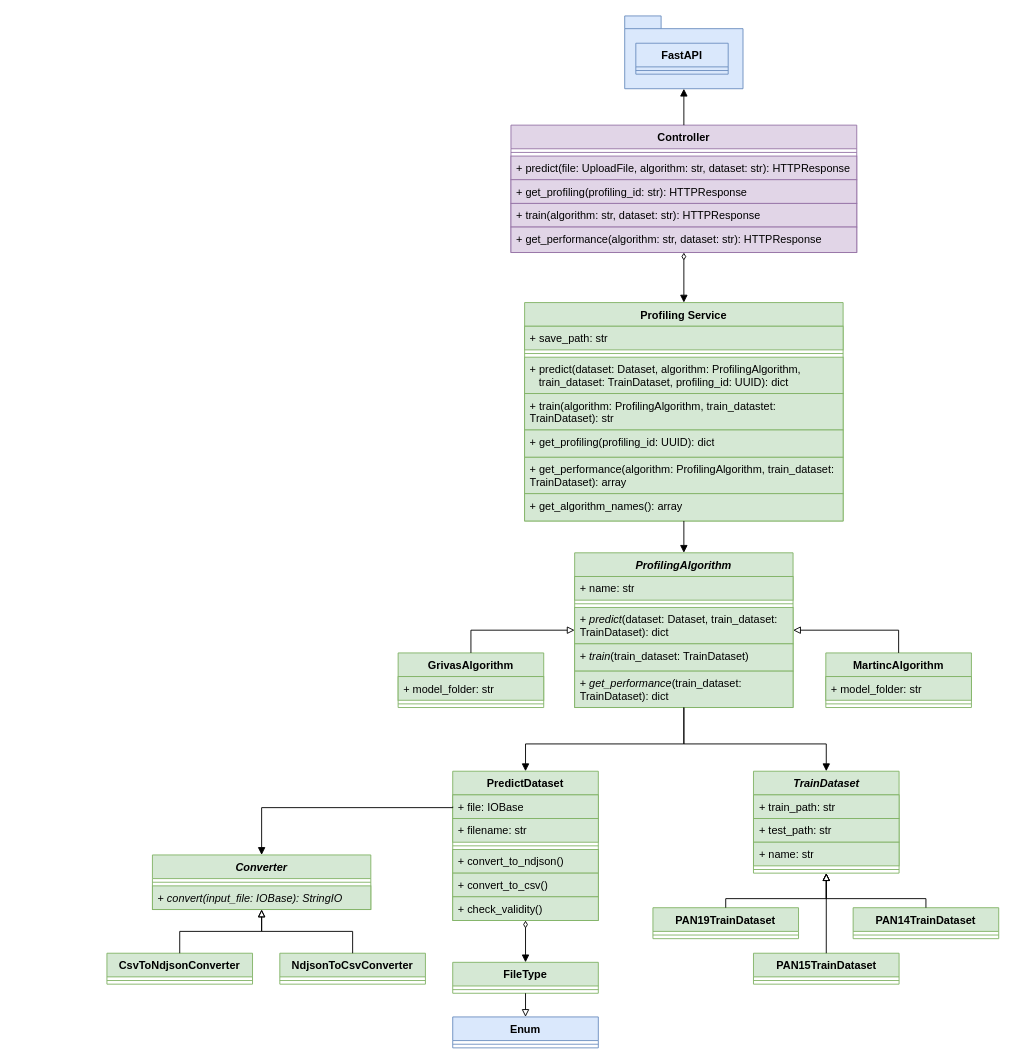
Before: memoria/diagramas/clases.drawio in daavidrgz/ai-profiler, a draw.io diagram. Source tidied: cells renumbered, new cells numbered last; positions are measured from the earlier drawing's top-left corner, leaving out a move shared by most shapes. Both pictures are drawn from the tidied source at 91%, with x=0, y=0 at pixel (106, 15).
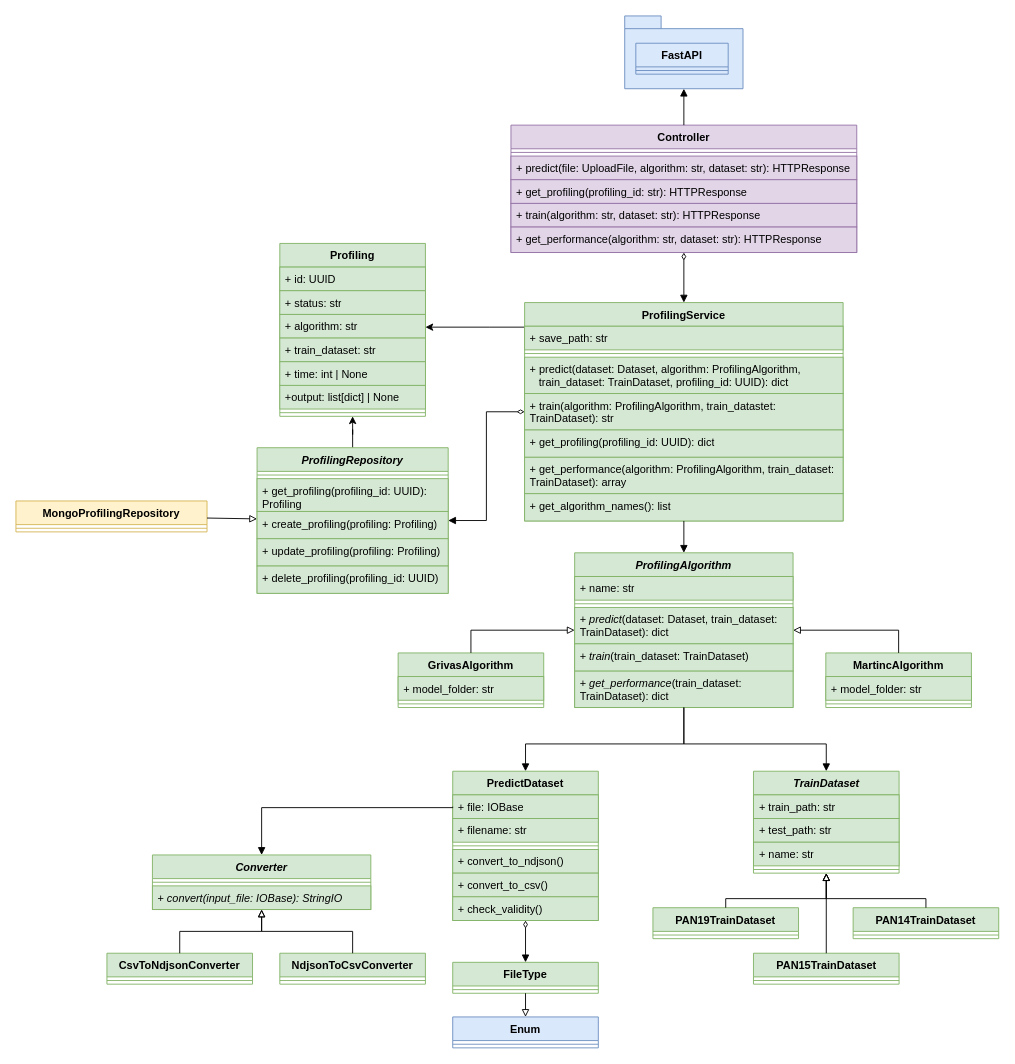
After the change.

Change to the diagram source:
```diff
@@
+    <mxCell id="75" style="edgeStyle=orthogonalEdgeStyle;rounded=0;jettySize=auto;html=1;" parent="1" edge="1" source="8" target="83">
+      <mxGeometry relative="1" as="geometry">
+        <Array as="points">
+          <mxPoint x="420" y="342" />
+          <mxPoint x="420" y="342" />
+        </Array>
+      </mxGeometry>
+    </mxCell>
-    <mxCell id="8" value="Profiling Service" style="swimlane;fontStyle=1;align=center;verticalAlign=top;horizontal=1;startSize=26;whiteSpace=wrap;html=1;fillColor=#d5e8d4;strokeColor=#82b366;" parent="1" vertex="1">
+    <mxCell id="8" value="ProfilingService" style="swimlane;fontStyle=1;align=center;verticalAlign=top;horizontal=1;startSize=26;whiteSpace=wrap;html=1;fillColor=#d5e8d4;strokeColor=#82b366;" parent="1" vertex="1">
       <mxGeometry x="459" y="315" width="350" height="240" as="geometry" />
     </mxCell>
@@
-    <mxCell id="15" value="+ get_algorithm_names(): array " style="text;strokeColor=#82b366;fillColor=#d5e8d4;align=left;verticalAlign=top;spacingLeft=4;spacingRight=4;overflow=hidden;points=[[0,0.5],[1,0.5]];portConstraint=eastwest;whiteSpace=wrap;html=1;" parent="8" vertex="1">
+    <mxCell id="15" value="+ get_algorithm_names(): list " style="text;strokeColor=#82b366;fillColor=#d5e8d4;align=left;verticalAlign=top;spacingLeft=4;spacingRight=4;overflow=hidden;points=[[0,0.5],[1,0.5]];portConstraint=eastwest;whiteSpace=wrap;html=1;" parent="8" vertex="1">
       <mxGeometry y="210" width="350" height="30" as="geometry" />
     </mxCell>
@@
+    <mxCell id="76" style="edgeStyle=orthogonalEdgeStyle;rounded=0;jettySize=auto;html=1;" parent="1" edge="1" source="77" target="83">
+      <mxGeometry relative="1" as="geometry" />
+    </mxCell>
+    <mxCell id="77" value="&lt;i&gt;ProfilingRepository&lt;/i&gt;" style="swimlane;fontStyle=1;align=center;verticalAlign=top;horizontal=1;startSize=26;whiteSpace=wrap;html=1;fillColor=#d5e8d4;strokeColor=#82b366;" parent="1" vertex="1">
+      <mxGeometry x="165" y="474.5" width="210" height="160" as="geometry" />
+    </mxCell>
+    <mxCell id="78" style="line;strokeWidth=1;fillColor=none;align=left;verticalAlign=middle;spacingTop=-1;spacingLeft=3;spacingRight=3;labelPosition=right;strokeColor=inherit;" parent="77" vertex="1">
+      <mxGeometry y="26" width="210" height="8" as="geometry" />
+    </mxCell>
+    <mxCell id="79" value="+ get_profiling(profiling_id: UUID): Profiling" style="text;strokeColor=#82b366;fillColor=#d5e8d4;align=left;verticalAlign=top;spacingLeft=4;spacingRight=4;overflow=hidden;whiteSpace=wrap;html=1;" parent="77" vertex="1">
+      <mxGeometry y="34" width="210" height="36" as="geometry" />
+    </mxCell>
+    <mxCell id="80" value="+ create_profiling(profiling: Profiling)" style="text;strokeColor=#82b366;fillColor=#d5e8d4;align=left;verticalAlign=top;spacingLeft=4;spacingRight=4;overflow=hidden;whiteSpace=wrap;html=1;" parent="77" vertex="1">
+      <mxGeometry y="70" width="210" height="30" as="geometry" />
+    </mxCell>
+    <mxCell id="81" value="+ update_profiling(profiling: Profiling)" style="text;strokeColor=#82b366;fillColor=#d5e8d4;align=left;verticalAlign=top;spacingLeft=4;spacingRight=4;overflow=hidden;whiteSpace=wrap;html=1;" parent="77" vertex="1">
+      <mxGeometry y="100" width="210" height="30" as="geometry" />
+    </mxCell>
+    <mxCell id="82" value="+ delete_profiling(profiling_id: UUID)" style="text;strokeColor=#82b366;fillColor=#d5e8d4;align=left;verticalAlign=top;spacingLeft=4;spacingRight=4;overflow=hidden;whiteSpace=wrap;html=1;" parent="77" vertex="1">
+      <mxGeometry y="130" width="210" height="30" as="geometry" />
+    </mxCell>
+    <mxCell id="83" value="Profiling" style="swimlane;fontStyle=1;align=center;verticalAlign=top;horizontal=1;startSize=26;whiteSpace=wrap;html=1;fillColor=#d5e8d4;strokeColor=#82b366;" parent="1" vertex="1">
+      <mxGeometry x="190" y="250" width="160" height="190" as="geometry" />
+    </mxCell>
+    <mxCell id="84" value="+ id: UUID" style="text;strokeColor=#82b366;fillColor=#d5e8d4;align=left;verticalAlign=top;spacingLeft=4;spacingRight=4;overflow=hidden;whiteSpace=wrap;html=1;" parent="83" vertex="1">
+      <mxGeometry y="26" width="160" height="26" as="geometry" />
+    </mxCell>
+    <mxCell id="85" value="+ status: str" style="text;strokeColor=#82b366;fillColor=#d5e8d4;align=left;verticalAlign=top;spacingLeft=4;spacingRight=4;overflow=hidden;whiteSpace=wrap;html=1;" parent="83" vertex="1">
+      <mxGeometry y="52" width="160" height="26" as="geometry" />
+    </mxCell>
+    <mxCell id="86" value="+ algorithm: str" style="text;strokeColor=#82b366;fillColor=#d5e8d4;align=left;verticalAlign=top;spacingLeft=4;spacingRight=4;overflow=hidden;whiteSpace=wrap;html=1;" parent="83" vertex="1">
+      <mxGeometry y="78" width="160" height="26" as="geometry" />
+    </mxCell>
+    <mxCell id="87" value="+ train_dataset: str" style="text;strokeColor=#82b366;fillColor=#d5e8d4;align=left;verticalAlign=top;spacingLeft=4;spacingRight=4;overflow=hidden;whiteSpace=wrap;html=1;" parent="83" vertex="1">
+      <mxGeometry y="104" width="160" height="26" as="geometry" />
+    </mxCell>
+    <mxCell id="88" value="+ time: int | None" style="text;strokeColor=#82b366;fillColor=#d5e8d4;align=left;verticalAlign=top;spacingLeft=4;spacingRight=4;overflow=hidden;whiteSpace=wrap;html=1;" parent="83" vertex="1">
+      <mxGeometry y="130" width="160" height="26" as="geometry" />
+    </mxCell>
+    <mxCell id="89" value="+output: list[dict] | None" style="text;strokeColor=#82b366;fillColor=#d5e8d4;align=left;verticalAlign=top;spacingLeft=4;spacingRight=4;overflow=hidden;whiteSpace=wrap;html=1;" parent="83" vertex="1">
+      <mxGeometry y="156" width="160" height="26" as="geometry" />
+    </mxCell>
+    <mxCell id="90" style="line;strokeWidth=1;fillColor=none;align=left;verticalAlign=middle;spacingTop=-1;spacingLeft=3;spacingRight=3;labelPosition=right;strokeColor=inherit;" parent="83" vertex="1">
+      <mxGeometry y="182" width="160" height="8" as="geometry" />
+    </mxCell>
+    <mxCell id="91" value="MongoProfilingRepository" style="swimlane;fontStyle=1;align=center;verticalAlign=top;horizontal=1;startSize=26;whiteSpace=wrap;html=1;fillColor=#fff2cc;strokeColor=#d6b656;" parent="1" vertex="1">
+      <mxGeometry x="-100" y="533" width="210" height="34" as="geometry" />
+    </mxCell>
+    <mxCell id="92" style="line;strokeWidth=1;fillColor=none;align=left;verticalAlign=middle;spacingTop=-1;spacingLeft=3;spacingRight=3;labelPosition=right;strokeColor=inherit;" parent="91" vertex="1">
+      <mxGeometry y="26" width="210" height="8" as="geometry" />
+    </mxCell>
+    <mxCell id="93" style="endArrow=block;html=1;rounded=0;endFill=0;" parent="1" edge="1" source="91" target="77">
+      <mxGeometry relative="1" as="geometry" />
+    </mxCell>
+    <mxCell id="94" style="endArrow=block;html=1;rounded=0;startArrow=diamondThin;startFill=0;endFill=1;edgeStyle=orthogonalEdgeStyle;" parent="1" edge="1" source="8" target="77">
+      <mxGeometry relative="1" as="geometry" />
+    </mxCell>
```
